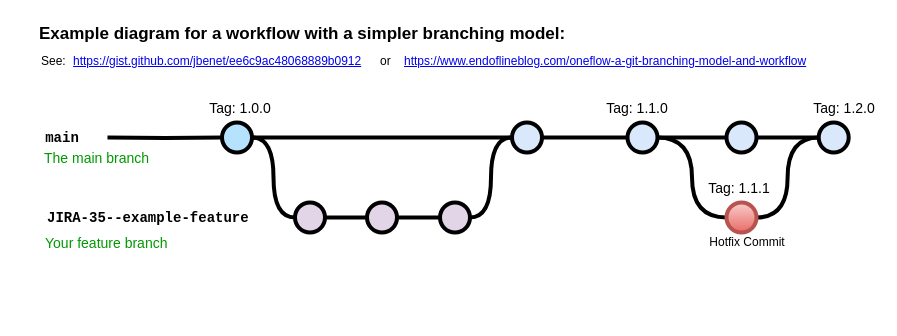
Above: Untitled Diagram.drawio in krishnamandadi/TargetAssignment (draw.io), before the change. Source tidied: cells renumbered, new cells numbered last; positions are measured from the earlier drawing's top-left corner, leaving out a move shared by most shapes. Both pictures are drawn from the tidied source at 100%, with x=0, y=0 at pixel (37, 17).
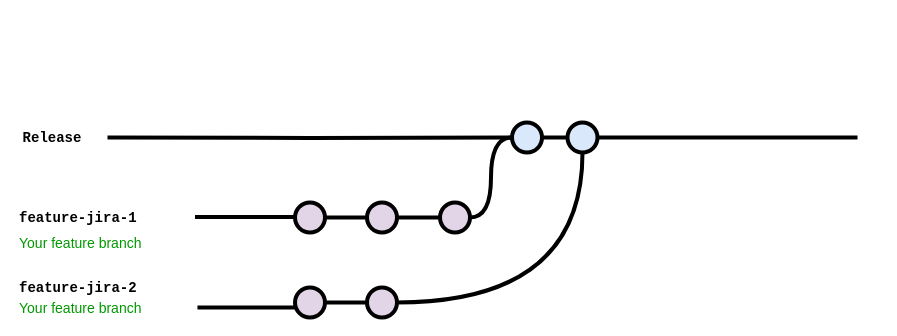
After the change.

The change refers to these unchanged cells:
```xml
<mxCell id="9" style="verticalLabelPosition=bottom;verticalAlign=top;html=1;strokeWidth=4;shape=mxgraph.flowchart.on-page_reference;plain-blue;gradientColor=none;strokeColor=#000000;" parent="1" vertex="1">
  <mxGeometry x="474.5" y="105" width="30" height="30" as="geometry" />
</mxCell>
<mxCell id="19" style="verticalLabelPosition=bottom;verticalAlign=top;html=1;strokeWidth=4;shape=mxgraph.flowchart.on-page_reference;plain-purple;gradientColor=none;strokeColor=#000000;" parent="1" vertex="1">
  <mxGeometry x="257.5" y="185" width="30" height="30" as="geometry" />
</mxCell>
```

Diff of the diagram source:
```diff
@@
-    <mxCell id="2" value="Example diagram for a workflow with a simpler branching model:" style="text;whiteSpace=wrap;html=1;fontStyle=1;fontSize=17;" parent="1" vertex="1">
-      <mxGeometry width="542.2" height="30" as="geometry" />
-    </mxCell>
-    <mxCell id="3" value="&lt;a href=&quot;https://gist.github.com/jbenet/ee6c9ac48068889b0912&quot;&gt;https://gist.github.com/jbenet/ee6c9ac48068889b0912&lt;/a&gt;" style="text;whiteSpace=wrap;html=1;" parent="1" vertex="1">
-      <mxGeometry x="34.2" y="30" width="298" height="20" as="geometry" />
-    </mxCell>
-    <mxCell id="4" value="See:" style="text;whiteSpace=wrap;html=1;" parent="1" vertex="1">
-      <mxGeometry x="1.5" y="30" width="32.8" height="20" as="geometry" />
-    </mxCell>
-    <mxCell id="5" style="edgeStyle=orthogonalEdgeStyle;rounded=0;html=1;jettySize=auto;plain-blue;endArrow=none;endFill=0;strokeWidth=4;strokeColor=#000000;" parent="1" edge="1" source="7" target="9">
-      <mxGeometry x="304.5" y="180" as="geometry" />
-    </mxCell>
-    <mxCell id="6" style="edgeStyle=orthogonalEdgeStyle;curved=1;rounded=0;html=1;exitX=1;exitY=0.5;exitPerimeter=0;entryX=0;entryY=0.5;entryPerimeter=0;endArrow=none;endFill=0;jettySize=auto;strokeWidth=4;fontSize=15;" parent="1" edge="1" source="7" target="19">
-      <mxGeometry relative="1" as="geometry" />
-    </mxCell>
-    <mxCell id="7" style="verticalLabelPosition=bottom;verticalAlign=top;html=1;strokeWidth=4;shape=mxgraph.flowchart.on-page_reference;plain-blue;gradientColor=none;fillColor=#B5E3Fe;strokeColor=#000000;" parent="1" vertex="1">
-      <mxGeometry x="184.5" y="105" width="30" height="30" as="geometry" />
-    </mxCell>
-    <mxCell id="8" style="edgeStyle=orthogonalEdgeStyle;curved=1;rounded=0;jettySize=auto;html=1;endArrow=none;endFill=0;strokeWidth=4;fontFamily=Courier New;fontSize=16;" parent="1" edge="1" source="9" target="12">
-      <mxGeometry relative="1" as="geometry" />
-    </mxCell>
@@
-    <mxCell id="10" style="edgeStyle=orthogonalEdgeStyle;curved=1;rounded=0;jettySize=auto;html=1;endArrow=none;endFill=0;strokeWidth=4;fontFamily=Courier New;fontSize=16;" parent="1" edge="1" source="12" target="14">
-      <mxGeometry relative="1" as="geometry" />
-    </mxCell>
-    <mxCell id="11" style="edgeStyle=orthogonalEdgeStyle;curved=1;rounded=0;jettySize=auto;html=1;endArrow=none;endFill=0;strokeWidth=4;fontFamily=Courier New;fontSize=16;entryX=0;entryY=0.5;entryDx=0;entryDy=0;entryPerimeter=0;" parent="1" edge="1" source="12" target="32">
-      <mxGeometry relative="1" as="geometry" />
-    </mxCell>
-    <mxCell id="12" style="verticalLabelPosition=bottom;verticalAlign=top;html=1;strokeWidth=4;shape=mxgraph.flowchart.on-page_reference;plain-blue;gradientColor=none;strokeColor=#000000;" parent="1" vertex="1">
-      <mxGeometry x="590" y="105" width="30" height="30" as="geometry" />
-    </mxCell>
-    <mxCell id="13" style="edgeStyle=orthogonalEdgeStyle;curved=1;rounded=0;jettySize=auto;html=1;endArrow=none;endFill=0;strokeWidth=4;fontFamily=Courier New;fontSize=16;" parent="1" edge="1" source="14" target="15">
-      <mxGeometry relative="1" as="geometry" />
-    </mxCell>
-    <mxCell id="14" style="verticalLabelPosition=bottom;verticalAlign=top;html=1;strokeWidth=4;shape=mxgraph.flowchart.on-page_reference;plain-blue;gradientColor=none;strokeColor=#000000;" parent="1" vertex="1">
-      <mxGeometry x="689" y="105" width="30" height="30" as="geometry" />
-    </mxCell>
-    <mxCell id="15" style="verticalLabelPosition=bottom;verticalAlign=top;html=1;strokeWidth=4;shape=mxgraph.flowchart.on-page_reference;plain-blue;gradientColor=none;strokeColor=#000000;" parent="1" vertex="1">
-      <mxGeometry x="781.2" y="105" width="30" height="30" as="geometry" />
-    </mxCell>
-    <mxCell id="16" style="edgeStyle=orthogonalEdgeStyle;rounded=0;html=1;jettySize=auto;strokeWidth=4;endArrow=none;endFill=0;" parent="1" edge="1" target="7">
-      <mxGeometry x="204.5" y="180" as="geometry">
-        <mxPoint x="70" y="120" as="sourcePoint" />
-      </mxGeometry>
-    </mxCell>
-    <mxCell id="17" value="main" style="text;html=1;strokeColor=none;fillColor=none;align=center;verticalAlign=middle;whiteSpace=wrap;overflow=hidden;fontSize=14;fontStyle=1;fontFamily=Courier New;" parent="1" vertex="1">
-      <mxGeometry y="110" width="50" height="20" as="geometry" />
+    <mxCell id="17" value="Release" style="text;html=1;strokeColor=none;fillColor=none;align=center;verticalAlign=middle;whiteSpace=wrap;overflow=hidden;fontSize=14;fontStyle=1;fontFamily=Courier New;" parent="1" vertex="1">
+      <mxGeometry x="-20" y="110" width="70" height="20" as="geometry" />
     </mxCell>
@@
-    <mxCell id="24" value="JIRA-35--example-feature" style="text;html=1;strokeColor=none;fillColor=none;align=left;verticalAlign=middle;whiteSpace=wrap;overflow=hidden;fontSize=14;fontStyle=1;fontFamily=Courier New;" parent="1" vertex="1">
-      <mxGeometry x="7.5" y="190" width="240" height="20" as="geometry" />
+    <mxCell id="24" value="feature-jira-1" style="text;html=1;strokeColor=none;fillColor=none;align=left;verticalAlign=middle;whiteSpace=wrap;overflow=hidden;fontSize=14;fontStyle=1;fontFamily=Courier New;" parent="1" vertex="1">
+      <mxGeometry x="-20" y="190" width="240" height="20" as="geometry" />
     </mxCell>
-    <mxCell id="25" value="The main branch&lt;br&gt;" style="text;html=1;strokeColor=none;fillColor=none;align=left;verticalAlign=middle;whiteSpace=wrap;overflow=hidden;fontSize=14;fontStyle=0;fontColor=#009900;" parent="1" vertex="1">
-      <mxGeometry x="5.2" y="130" width="132.2" height="20" as="geometry" />
-    </mxCell>
     <mxCell id="26" value="Your feature branch" style="text;html=1;strokeColor=none;fillColor=none;align=left;verticalAlign=middle;whiteSpace=wrap;overflow=hidden;fontSize=14;fontStyle=0;fontColor=#009900;" parent="1" vertex="1">
-      <mxGeometry x="6.2" y="215" width="202.2" height="20" as="geometry" />
+      <mxGeometry x="-20" y="215" width="202.2" height="20" as="geometry" />
     </mxCell>
-    <mxCell id="27" value="Tag: 1.0.0" style="text;html=1;strokeColor=none;fillColor=none;align=center;verticalAlign=middle;whiteSpace=wrap;overflow=hidden;fontSize=14;" parent="1" vertex="1">
-      <mxGeometry x="168.4" y="80" width="70" height="20" as="geometry" />
-    </mxCell>
-    <mxCell id="28" value="Tag: 1.1.0" style="text;html=1;strokeColor=none;fillColor=none;align=center;verticalAlign=middle;whiteSpace=wrap;overflow=hidden;fontSize=14;" parent="1" vertex="1">
-      <mxGeometry x="564.5" y="80" width="70" height="20" as="geometry" />
-    </mxCell>
-    <mxCell id="29" value="&lt;a href=&quot;https://www.endoflineblog.com/oneflow-a-git-branching-model-and-workflow&quot;&gt;https://www.endoflineblog.com/oneflow-a-git-branching-model-and-workflow&lt;/a&gt;" style="text;whiteSpace=wrap;html=1;" parent="1" vertex="1">
-      <mxGeometry x="364.5" y="30" width="413.8" height="20" as="geometry" />
-    </mxCell>
-    <mxCell id="30" value="or" style="text;whiteSpace=wrap;html=1;" parent="1" vertex="1">
-      <mxGeometry x="340.6" y="30" width="11.6" height="20" as="geometry" />
-    </mxCell>
-    <mxCell id="31" style="edgeStyle=orthogonalEdgeStyle;curved=1;rounded=0;jettySize=auto;html=1;endArrow=none;endFill=0;strokeWidth=4;fontFamily=Courier New;fontSize=16;entryX=0;entryY=0.5;entryDx=0;entryDy=0;entryPerimeter=0;" parent="1" edge="1" source="32" target="15">
-      <mxGeometry relative="1" as="geometry" />
-    </mxCell>
-    <mxCell id="32" style="verticalLabelPosition=bottom;verticalAlign=top;html=1;strokeWidth=4;shape=mxgraph.flowchart.on-page_reference;plain-blue;gradientColor=#EA6B66;strokeColor=#B85450;fillColor=#F8CECC;" parent="1" vertex="1">
-      <mxGeometry x="689" y="185" width="30" height="30" as="geometry" />
-    </mxCell>
-    <mxCell id="33" value="Hotfix Commit" style="text;html=1;strokeColor=none;fillColor=none;align=center;verticalAlign=middle;whiteSpace=wrap;overflow=hidden;" parent="1" vertex="1">
-      <mxGeometry x="669.5" y="210" width="80" height="30" as="geometry" />
-    </mxCell>
-    <mxCell id="34" value="Tag: 1.1.1" style="text;html=1;strokeColor=none;fillColor=none;align=center;verticalAlign=middle;whiteSpace=wrap;overflow=hidden;fontSize=14;" parent="1" vertex="1">
-      <mxGeometry x="666.8" y="160" width="70" height="20" as="geometry" />
-    </mxCell>
-    <mxCell id="35" value="Tag: 1.2.0" style="text;html=1;strokeColor=none;fillColor=none;align=center;verticalAlign=middle;whiteSpace=wrap;overflow=hidden;fontSize=14;" parent="1" vertex="1">
-      <mxGeometry x="772.2" y="80" width="70" height="20" as="geometry" />
-    </mxCell>
+    <mxCell id="36" style="edgeStyle=orthogonalEdgeStyle;rounded=0;html=1;jettySize=auto;plain-blue;endArrow=none;endFill=0;strokeWidth=4;strokeColor=#000000;exitX=1;exitY=0.5;exitDx=0;exitDy=0;exitPerimeter=0;startArrow=none;" parent="1" edge="1" source="46">
+      <mxGeometry x="314.5" y="190" as="geometry">
+        <mxPoint x="820" y="120" as="targetPoint" />
+      </mxGeometry>
+    </mxCell>
+    <mxCell id="37" value="feature-jira-2" style="text;html=1;strokeColor=none;fillColor=none;align=left;verticalAlign=middle;whiteSpace=wrap;overflow=hidden;fontSize=14;fontStyle=1;fontFamily=Courier New;" parent="1" vertex="1">
+      <mxGeometry x="-20" y="260" width="240" height="20" as="geometry" />
+    </mxCell>
+    <mxCell id="38" style="edgeStyle=orthogonalEdgeStyle;rounded=0;html=1;jettySize=auto;plain-blue;endArrow=none;endFill=0;strokeWidth=4;strokeColor=#000000;entryX=0;entryY=0.5;entryDx=0;entryDy=0;entryPerimeter=0;" parent="1" edge="1" target="9">
+      <mxGeometry x="324.5" y="200" as="geometry">
+        <mxPoint x="70" y="120" as="sourcePoint" />
+      </mxGeometry>
+    </mxCell>
+    <mxCell id="39" style="edgeStyle=orthogonalEdgeStyle;rounded=0;html=1;jettySize=auto;orthogonalLoop=1;plain-blue;endArrow=none;endFill=0;strokeWidth=4;strokeColor=#000000;" parent="1" edge="1">
+      <mxGeometry x="-162.5" y="269" as="geometry">
+        <mxPoint x="157.5" y="199.5" as="sourcePoint" />
+        <mxPoint x="257.5" y="199.5" as="targetPoint" />
+        <Array as="points">
+          <mxPoint x="167.5" y="199.5" />
+          <mxPoint x="167.5" y="199.5" />
+        </Array>
+      </mxGeometry>
+    </mxCell>
+    <mxCell id="40" value="Your feature branch" style="text;html=1;strokeColor=none;fillColor=none;align=left;verticalAlign=middle;whiteSpace=wrap;overflow=hidden;fontSize=14;fontStyle=0;fontColor=#009900;" parent="1" vertex="1">
+      <mxGeometry x="-20" y="280" width="202.2" height="20" as="geometry" />
+    </mxCell>
+    <mxCell id="41" style="edgeStyle=orthogonalEdgeStyle;rounded=0;html=1;jettySize=auto;plain-blue;endArrow=none;endFill=0;strokeWidth=4;strokeColor=#000000;exitX=0.89;exitY=0.5;exitDx=0;exitDy=0;exitPerimeter=0;" parent="1" edge="1" source="40">
+      <mxGeometry x="-152.5" y="279" as="geometry">
+        <mxPoint x="260" y="290" as="targetPoint" />
+        <Array as="points">
+          <mxPoint x="190" y="290" />
+          <mxPoint x="190" y="290" />
+        </Array>
+      </mxGeometry>
+    </mxCell>
+    <mxCell id="42" style="verticalLabelPosition=bottom;verticalAlign=top;html=1;strokeWidth=4;shape=mxgraph.flowchart.on-page_reference;plain-purple;gradientColor=none;strokeColor=#000000;" parent="1" vertex="1">
+      <mxGeometry x="257.5" y="270" width="30" height="30" as="geometry" />
+    </mxCell>
+    <mxCell id="43" style="verticalLabelPosition=bottom;verticalAlign=top;html=1;strokeWidth=4;shape=mxgraph.flowchart.on-page_reference;plain-purple;gradientColor=none;strokeColor=#000000;" parent="1" vertex="1">
+      <mxGeometry x="329.5" y="270" width="30" height="30" as="geometry" />
+    </mxCell>
+    <mxCell id="44" style="edgeStyle=orthogonalEdgeStyle;curved=1;rounded=0;html=1;exitX=1;exitY=0.5;exitPerimeter=0;endArrow=none;endFill=0;jettySize=auto;strokeWidth=4;fontSize=15;exitDx=0;exitDy=0;entryX=0;entryY=0.5;entryDx=0;entryDy=0;entryPerimeter=0;" parent="1" edge="1" source="42" target="43">
+      <mxGeometry relative="1" as="geometry" />
+    </mxCell>
+    <mxCell id="45" style="edgeStyle=orthogonalEdgeStyle;curved=1;rounded=0;html=1;exitX=1;exitY=0.5;exitPerimeter=0;endArrow=none;endFill=0;jettySize=auto;strokeWidth=4;fontSize=15;exitDx=0;exitDy=0;entryX=0.5;entryY=1;entryDx=0;entryDy=0;entryPerimeter=0;" parent="1" edge="1" source="43" target="46">
+      <mxGeometry relative="1" as="geometry" />
+    </mxCell>
+    <mxCell id="46" style="verticalLabelPosition=bottom;verticalAlign=top;html=1;strokeWidth=4;shape=mxgraph.flowchart.on-page_reference;plain-blue;gradientColor=none;strokeColor=#000000;" parent="1" vertex="1">
+      <mxGeometry x="530" y="105" width="30" height="30" as="geometry" />
+    </mxCell>
+    <mxCell id="47" style="edgeStyle=orthogonalEdgeStyle;rounded=0;html=1;jettySize=auto;plain-blue;endArrow=none;endFill=0;strokeWidth=4;strokeColor=#000000;exitX=1;exitY=0.5;exitDx=0;exitDy=0;exitPerimeter=0;" parent="1" edge="1" source="9" target="46">
+      <mxGeometry x="314.5" y="190" as="geometry" />
+    </mxCell>
```
